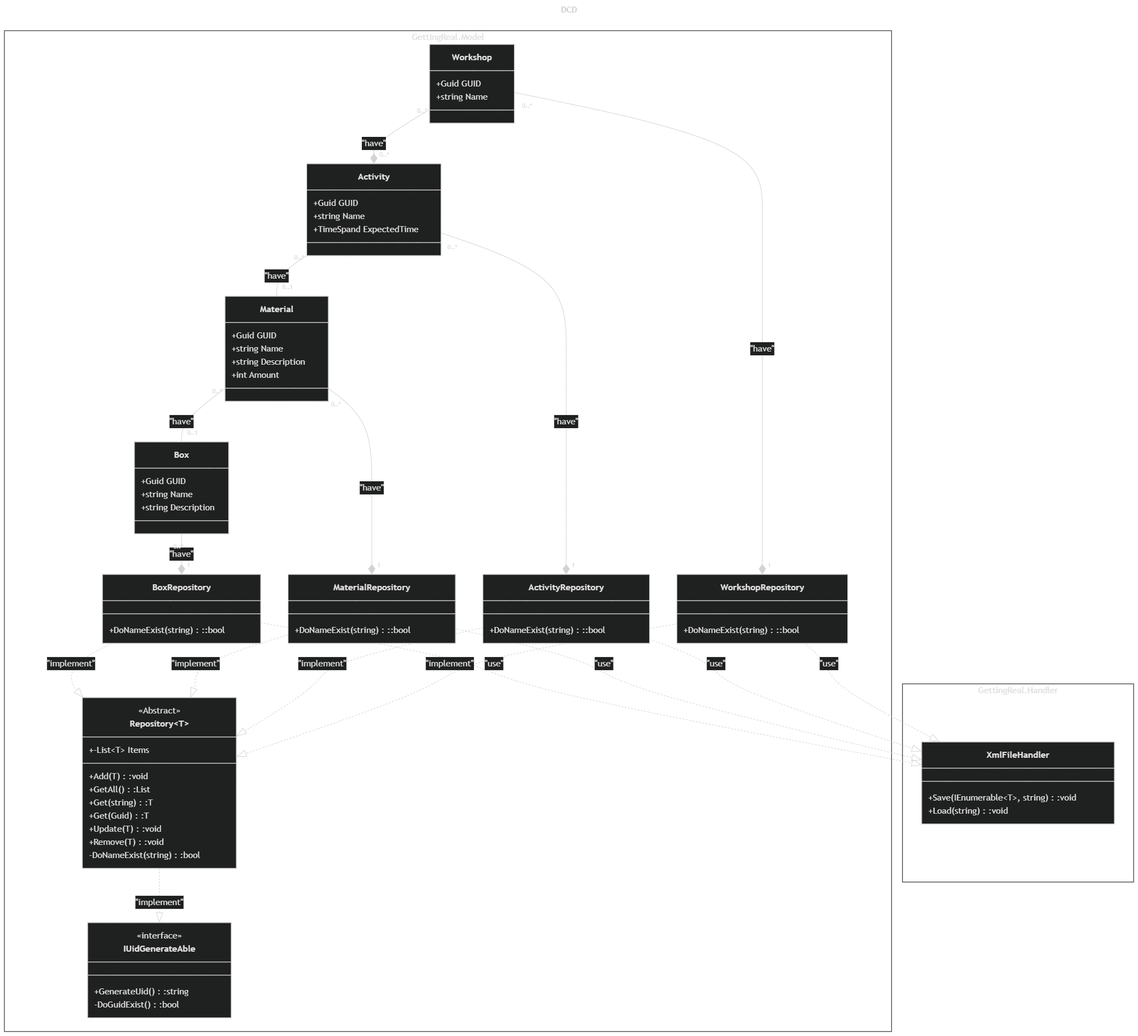
Earlier version of the Mermaid export documentation/DCD.png (DMOoF25-Team-11-2/GettingReal). Its source is kept beside it as documentation/DCD.mmd.
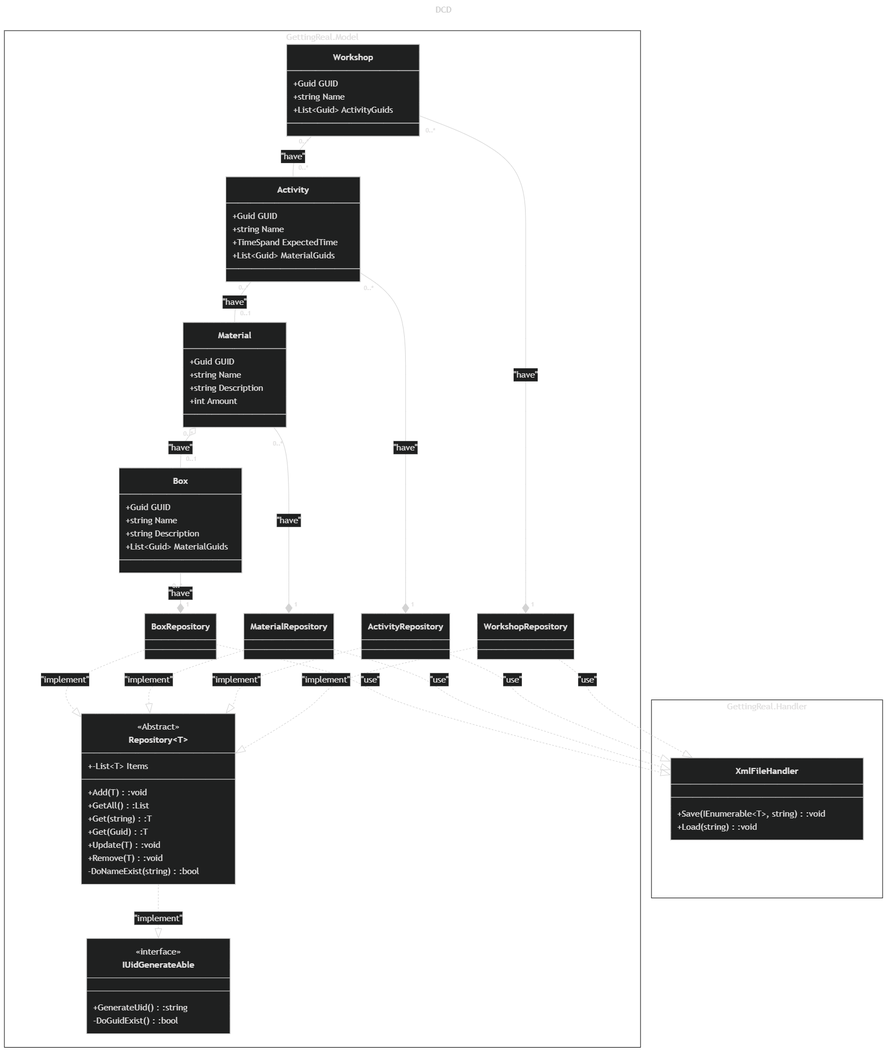
Above is the later version.

The edit, as a diff of the source:
```diff
@@ -11,7 +11,6 @@
         class Workshop {
 	        +Guid GUID
 	        +string Name
-            +List~Guid~ MaterialGuids
             +List~Guid~ ActivityGuids
         }
         class Activity {
@@ -33,16 +32,12 @@
             +List~Guid~ MaterialGuids
         }
         class BoxRepository {
-	        +DoNameExist(string) ::bool
         }
         class MaterialRepository {
-	        +DoNameExist(string) ::bool
         }
         class ActivityRepository {
-	        +DoNameExist(string) ::bool
         }
         class WorkshopRepository {
-	        +DoNameExist(string) ::bool
         }
         class Repository~T~ {
 	        +-List~T~ Items
```
